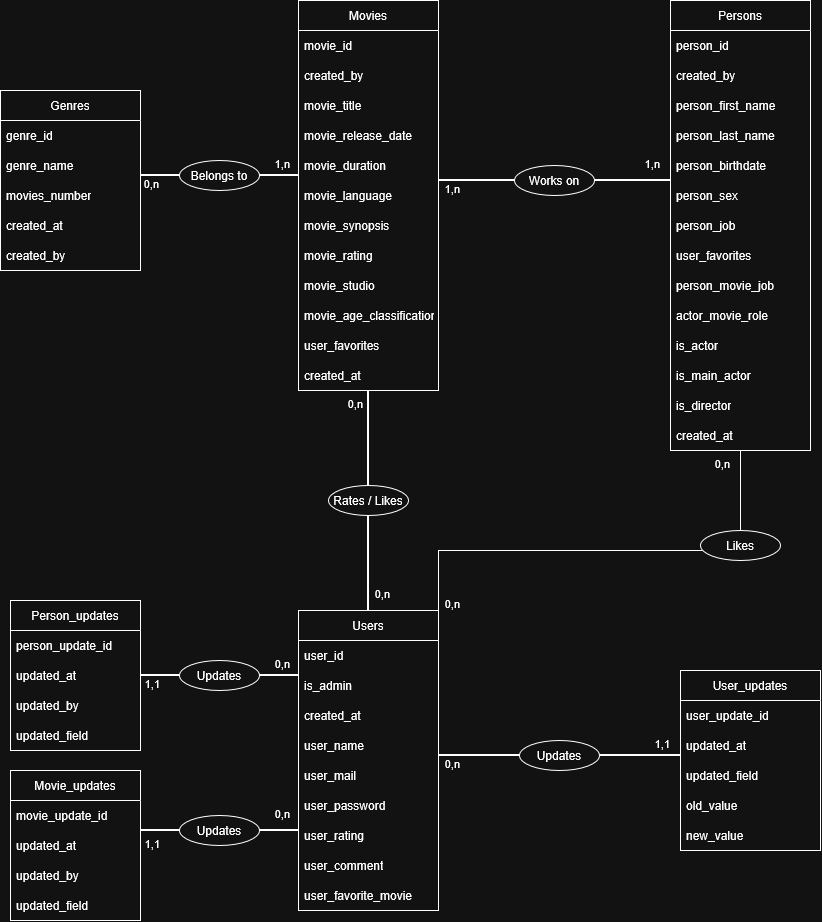
The draw.io diagram data_conception/1-MCD.png in AlexandreCrestien/NetStream, before a commit. Source tidied: cells renumbered, new cells last; positions are measured from the earlier drawing's top-left corner, leaving out a move shared by most shapes.
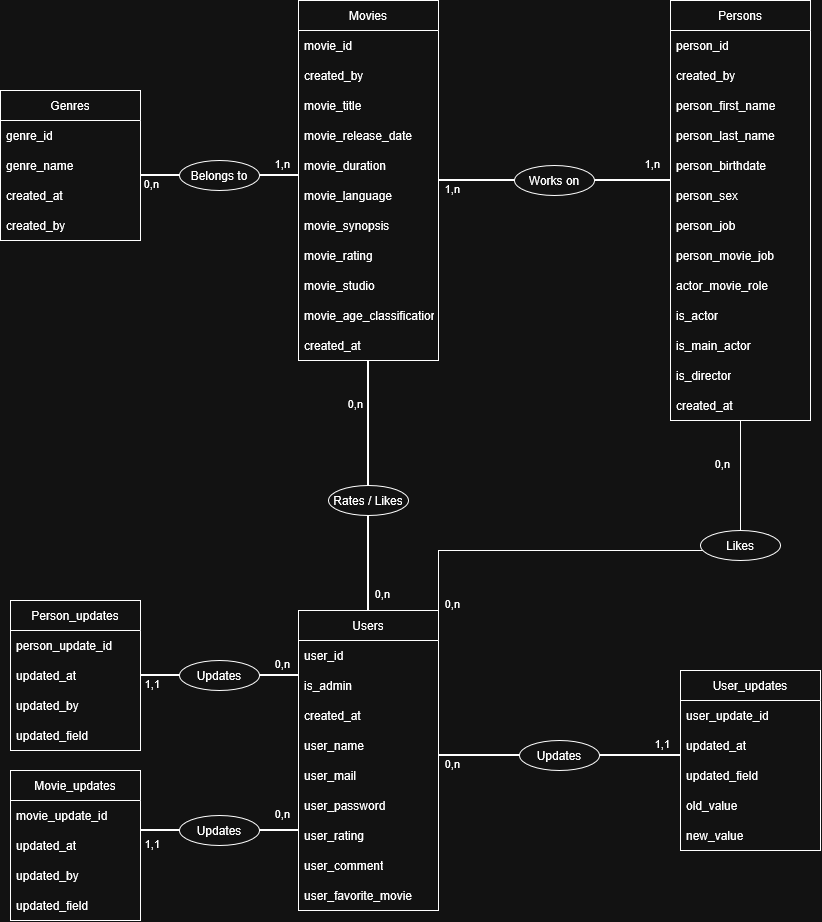
Later version of the same file.

Commit message:
feat: add gestion rules and remove user_favorites from persons and movies and remove movies_number from genres)

Diff of the diagram source:
```diff
@@ -3,7 +3,7 @@
     <mxCell id="0" />
     <mxCell id="1" parent="0" />
     <mxCell id="2" value="Movies" style="swimlane;fontStyle=0;horizontal=1;startSize=30;whiteSpace=wrap;html=1;" parent="1" vertex="1">
-      <mxGeometry x="298" width="140" height="390" as="geometry" />
+      <mxGeometry x="298" width="140" height="360" as="geometry" />
     </mxCell>
     <mxCell id="3" value="movie_id" style="text;strokeColor=none;fillColor=none;align=left;verticalAlign=middle;spacingLeft=4;spacingRight=4;overflow=hidden;whiteSpace=wrap;html=1;" parent="2" vertex="1">
       <mxGeometry y="30" width="140" height="30" as="geometry" />
@@ -35,11 +35,8 @@
     <mxCell id="12" value="movie_age_classification" style="text;strokeColor=none;fillColor=none;align=left;verticalAlign=middle;spacingLeft=4;spacingRight=4;overflow=hidden;whiteSpace=wrap;html=1;" parent="2" vertex="1">
       <mxGeometry y="300" width="140" height="30" as="geometry" />
     </mxCell>
-    <mxCell id="13" value="user_favorites" style="text;strokeColor=none;fillColor=none;align=left;verticalAlign=middle;spacingLeft=4;spacingRight=4;overflow=hidden;whiteSpace=wrap;html=1;" parent="2" vertex="1">
-      <mxGeometry y="330" width="140" height="30" as="geometry" />
-    </mxCell>
     <mxCell id="14" value="created_at" style="text;strokeColor=none;fillColor=none;align=left;verticalAlign=middle;spacingLeft=4;spacingRight=4;overflow=hidden;whiteSpace=wrap;html=1;" parent="2" vertex="1">
-      <mxGeometry y="360" width="140" height="30" as="geometry" />
+      <mxGeometry y="330" width="140" height="30" as="geometry" />
     </mxCell>
     <mxCell id="15" style="edgeStyle=orthogonalEdgeStyle;rounded=0;jettySize=auto;html=1;exitX=1;exitY=0;exitDx=0;exitDy=0;entryX=0.5;entryY=1;entryDx=0;entryDy=0;endArrow=none;endFill=0;" parent="1" edge="1" source="88" target="26">
       <mxGeometry relative="1" as="geometry">
@@ -79,7 +76,7 @@
       <mxGeometry y="270" width="140" height="30" as="geometry" />
     </mxCell>
     <mxCell id="26" value="Persons" style="swimlane;fontStyle=0;horizontal=1;startSize=30;whiteSpace=wrap;html=1;" parent="1" vertex="1">
-      <mxGeometry x="670" width="140" height="450" as="geometry" />
+      <mxGeometry x="670" width="140" height="420" as="geometry" />
     </mxCell>
     <mxCell id="27" value="person_id" style="text;strokeColor=none;fillColor=none;align=left;verticalAlign=middle;spacingLeft=4;spacingRight=4;overflow=hidden;whiteSpace=wrap;html=1;" parent="26" vertex="1">
       <mxGeometry y="30" width="140" height="30" as="geometry" />
@@ -102,26 +99,23 @@
     <mxCell id="33" value="&lt;div&gt;person_job&lt;/div&gt;" style="text;strokeColor=none;fillColor=none;align=left;verticalAlign=middle;spacingLeft=4;spacingRight=4;overflow=hidden;whiteSpace=wrap;html=1;" parent="26" vertex="1">
       <mxGeometry y="210" width="140" height="30" as="geometry" />
     </mxCell>
-    <mxCell id="34" value="user_favorites" style="text;strokeColor=none;fillColor=none;align=left;verticalAlign=middle;spacingLeft=4;spacingRight=4;overflow=hidden;whiteSpace=wrap;html=1;" parent="26" vertex="1">
-      <mxGeometry y="240" width="140" height="30" as="geometry" />
-    </mxCell>
     <mxCell id="35" value="&lt;div&gt;person_movie_job&lt;/div&gt;" style="text;strokeColor=none;fillColor=none;align=left;verticalAlign=middle;spacingLeft=4;spacingRight=4;overflow=hidden;whiteSpace=wrap;html=1;" parent="26" vertex="1">
-      <mxGeometry y="270" width="140" height="30" as="geometry" />
+      <mxGeometry y="240" width="140" height="30" as="geometry" />
     </mxCell>
     <mxCell id="36" value="&lt;div&gt;actor_movie_role&lt;/div&gt;" style="text;strokeColor=none;fillColor=none;align=left;verticalAlign=middle;spacingLeft=4;spacingRight=4;overflow=hidden;whiteSpace=wrap;html=1;" parent="26" vertex="1">
-      <mxGeometry y="300" width="140" height="30" as="geometry" />
+      <mxGeometry y="270" width="140" height="30" as="geometry" />
     </mxCell>
     <mxCell id="37" value="is_actor" style="text;strokeColor=none;fillColor=none;align=left;verticalAlign=middle;spacingLeft=4;spacingRight=4;overflow=hidden;whiteSpace=wrap;html=1;" parent="26" vertex="1">
-      <mxGeometry y="330" width="140" height="30" as="geometry" />
+      <mxGeometry y="300" width="140" height="30" as="geometry" />
     </mxCell>
     <mxCell id="38" value="is_main_actor" style="text;strokeColor=none;fillColor=none;align=left;verticalAlign=middle;spacingLeft=4;spacingRight=4;overflow=hidden;whiteSpace=wrap;html=1;" parent="26" vertex="1">
-      <mxGeometry y="360" width="140" height="30" as="geometry" />
+      <mxGeometry y="330" width="140" height="30" as="geometry" />
     </mxCell>
     <mxCell id="39" value="is_director" style="text;strokeColor=none;fillColor=none;align=left;verticalAlign=middle;spacingLeft=4;spacingRight=4;overflow=hidden;whiteSpace=wrap;html=1;" parent="26" vertex="1">
-      <mxGeometry y="390" width="140" height="30" as="geometry" />
+      <mxGeometry y="360" width="140" height="30" as="geometry" />
     </mxCell>
     <mxCell id="40" value="created_at" style="text;strokeColor=none;fillColor=none;align=left;verticalAlign=middle;spacingLeft=4;spacingRight=4;overflow=hidden;whiteSpace=wrap;html=1;" parent="26" vertex="1">
-      <mxGeometry y="420" width="140" height="30" as="geometry" />
+      <mxGeometry y="390" width="140" height="30" as="geometry" />
     </mxCell>
     <mxCell id="41" value="User_updates" style="swimlane;fontStyle=0;horizontal=1;startSize=30;whiteSpace=wrap;html=1;" parent="1" vertex="1">
       <mxGeometry x="680" y="670" width="140" height="180" as="geometry" />
@@ -172,7 +166,7 @@
       <mxGeometry y="120" width="130" height="30" as="geometry" />
     </mxCell>
     <mxCell id="57" value="Genres" style="swimlane;fontStyle=0;horizontal=1;startSize=30;whiteSpace=wrap;html=1;" parent="1" vertex="1">
-      <mxGeometry y="90" width="140" height="180" as="geometry" />
+      <mxGeometry y="90" width="140" height="150" as="geometry" />
     </mxCell>
     <mxCell id="58" value="genre_id" style="text;strokeColor=none;fillColor=none;align=left;verticalAlign=middle;spacingLeft=4;spacingRight=4;overflow=hidden;whiteSpace=wrap;html=1;" parent="57" vertex="1">
       <mxGeometry y="30" width="140" height="30" as="geometry" />
@@ -180,14 +174,11 @@
     <mxCell id="59" value="genre_name" style="text;strokeColor=none;fillColor=none;align=left;verticalAlign=middle;spacingLeft=4;spacingRight=4;overflow=hidden;whiteSpace=wrap;html=1;" parent="57" vertex="1">
       <mxGeometry y="60" width="140" height="30" as="geometry" />
     </mxCell>
-    <mxCell id="60" value="movies_number" style="text;strokeColor=none;fillColor=none;align=left;verticalAlign=middle;spacingLeft=4;spacingRight=4;overflow=hidden;whiteSpace=wrap;html=1;" parent="57" vertex="1">
-      <mxGeometry y="90" width="140" height="30" as="geometry" />
-    </mxCell>
     <mxCell id="61" value="created_at" style="text;strokeColor=none;fillColor=none;align=left;verticalAlign=middle;spacingLeft=4;spacingRight=4;overflow=hidden;whiteSpace=wrap;html=1;" parent="57" vertex="1">
-      <mxGeometry y="120" width="140" height="30" as="geometry" />
+      <mxGeometry y="90" width="140" height="30" as="geometry" />
     </mxCell>
     <mxCell id="62" value="created_by" style="text;strokeColor=none;fillColor=none;align=left;verticalAlign=middle;spacingLeft=4;spacingRight=4;overflow=hidden;whiteSpace=wrap;html=1;" parent="57" vertex="1">
-      <mxGeometry y="150" width="140" height="30" as="geometry" />
+      <mxGeometry y="120" width="140" height="30" as="geometry" />
     </mxCell>
     <mxCell id="63" style="line;strokeWidth=2;html=1;" parent="1" vertex="1">
       <mxGeometry x="140" y="170" width="158" height="10" as="geometry" />
@@ -214,7 +205,7 @@
       <mxGeometry x="660" y="150" as="geometry" />
     </mxCell>
     <mxCell id="71" style="line;strokeWidth=2;html=1;rotation=90;" parent="1" vertex="1">
-      <mxGeometry x="258" y="495" width="220" height="10" as="geometry" />
+      <mxGeometry x="243" y="480" width="250" height="10" as="geometry" />
     </mxCell>
     <mxCell id="72" value="Rates / Likes" style="ellipse;whiteSpace=wrap;html=1;" parent="1" vertex="1">
       <mxGeometry x="328" y="485" width="80" height="30" as="geometry" />
```
